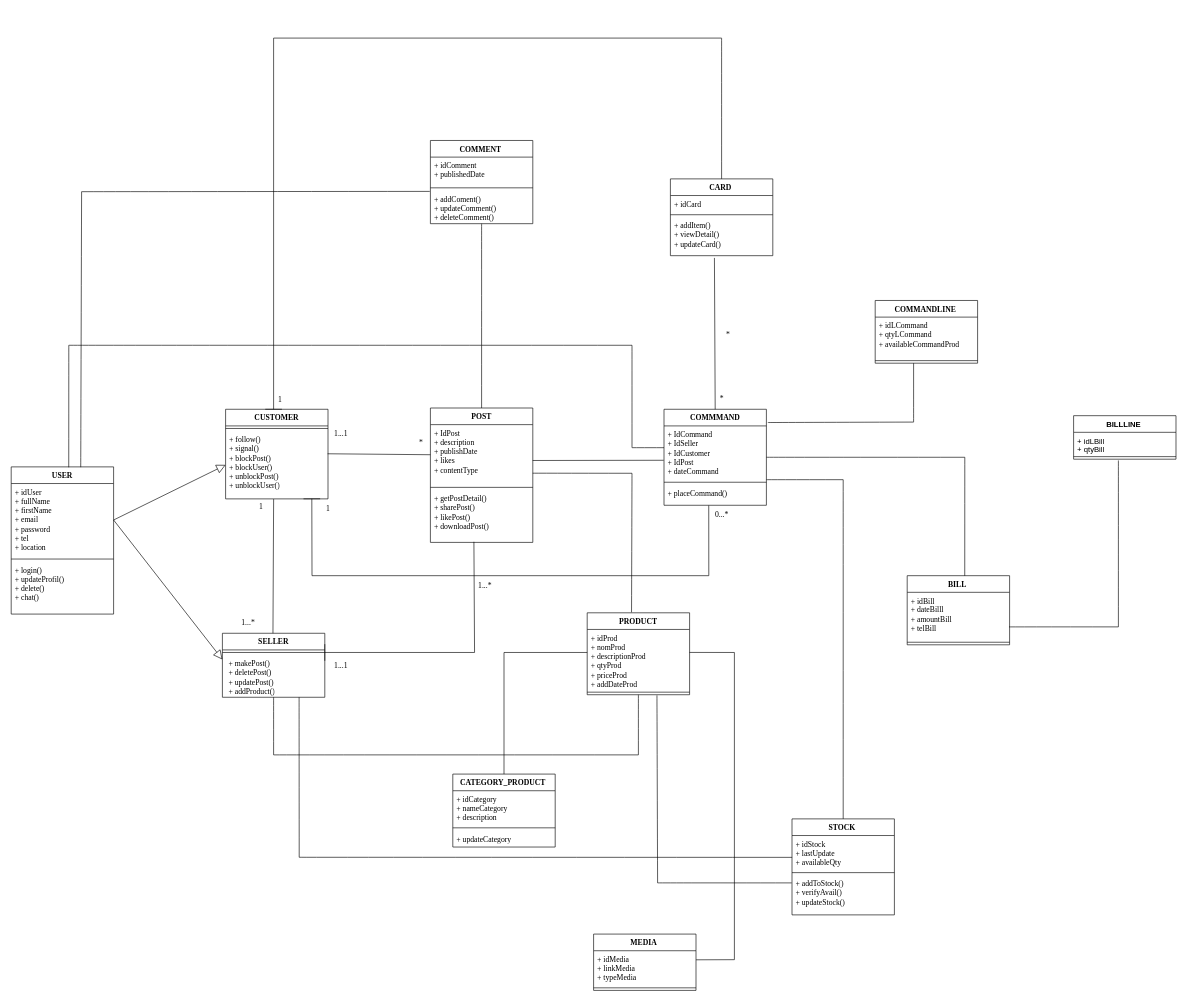
The draw.io diagram page "class" (4 of 6) of TIkShopDataBase.drawio in Bryann-coder/FlashShop, before the edit. Source tidied: cells renumbered, new cells numbered last; positions are measured from the earlier drawing's top-left corner, leaving out a move shared by most shapes. Both pictures are drawn from the tidied source at 64%, with x=0, y=0 at pixel (11, 38).
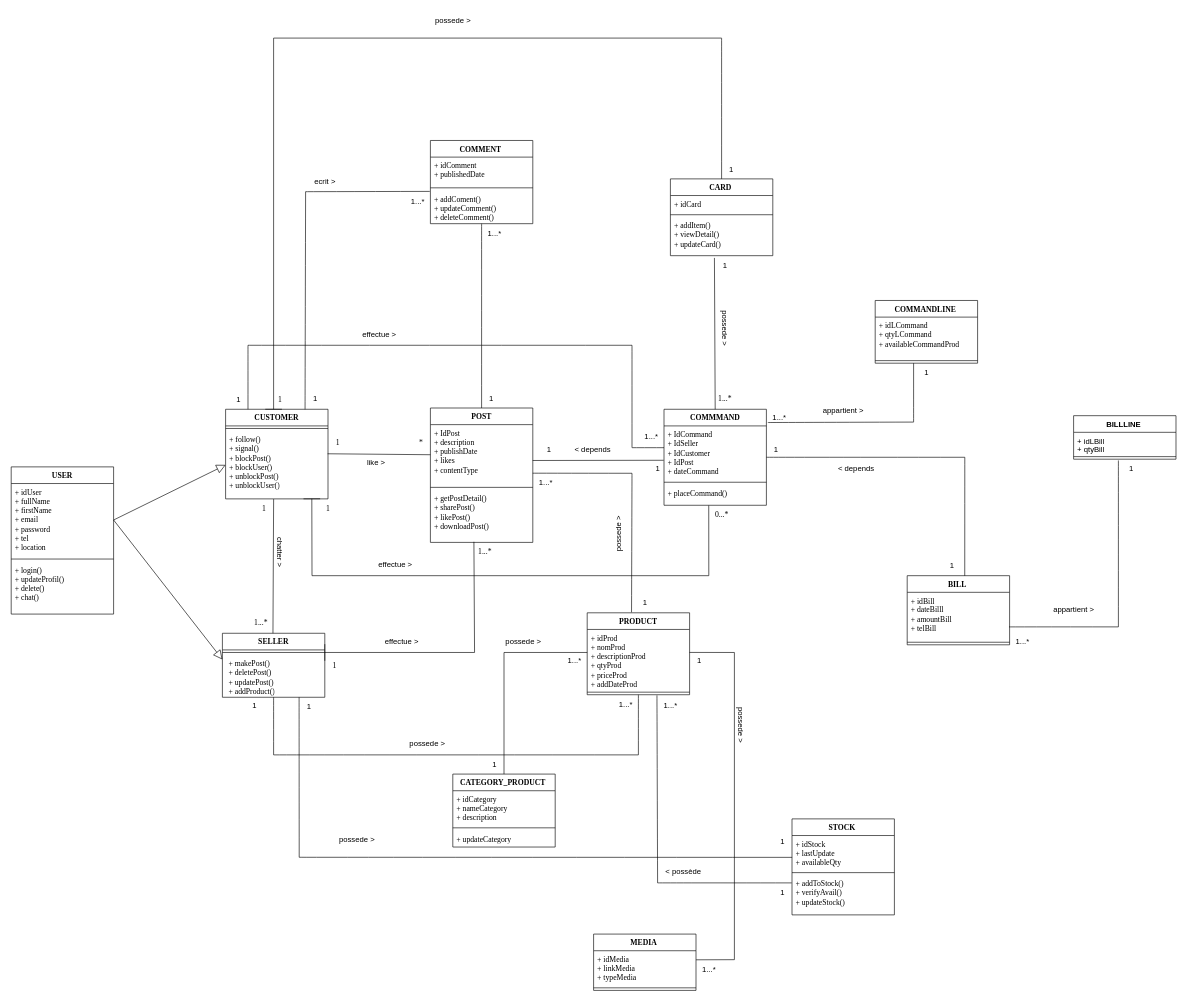
The same diagram, later.

Commit message:
Mettre à jour TIkShopDataBase.drawio

Unchanged cells that the change refers to:
```xml
<mxCell id="2" value="CUSTOMER" style="swimlane;fontStyle=1;align=center;verticalAlign=top;horizontal=1;startSize=26;whiteSpace=wrap;html=1;fontFamily=Times New Roman;" parent="1" vertex="1">
  <mxGeometry x="335" y="580" width="160" height="140" as="geometry" />
</mxCell>
<mxCell id="14" value="USER" style="swimlane;fontStyle=1;align=center;verticalAlign=top;horizontal=1;startSize=26;whiteSpace=wrap;html=1;fontFamily=Times New Roman;" parent="1" vertex="1">
  <mxGeometry y="670" width="160" height="230" as="geometry" />
</mxCell>
<mxCell id="54" value="+ addComent()&lt;div&gt;+ updateComment()&lt;/div&gt;&lt;div&gt;+ deleteComment()&lt;/div&gt;" style="text;strokeColor=none;fillColor=none;align=left;verticalAlign=top;spacingLeft=4;spacingRight=4;overflow=hidden;points=[[0,0.5],[1,0.5]];portConstraint=eastwest;whiteSpace=wrap;html=1;fontFamily=Times New Roman;" parent="51" vertex="1">
  <mxGeometry y="78" width="160" height="52" as="geometry" />
</mxCell>
<mxCell id="78" value="STOCK&amp;nbsp;" style="swimlane;fontStyle=1;align=center;verticalAlign=top;horizontal=1;startSize=26;whiteSpace=wrap;html=1;fontFamily=Times New Roman;" parent="1" vertex="1">
  <mxGeometry x="1220" y="1220" width="160" height="150" as="geometry" />
</mxCell>
```

Diff of the diagram source:
```diff
@@
-    <mxCell id="24" value="*" style="text;html=1;align=center;verticalAlign=middle;strokeColor=none;fillColor=none;fontFamily=Times New Roman;" parent="1" vertex="1">
-      <mxGeometry x="1105" y="448" width="30" height="30" as="geometry" />
-    </mxCell>
-    <mxCell id="25" value="*" style="text;html=1;align=center;verticalAlign=middle;strokeColor=none;fillColor=none;fontFamily=Times New Roman;" parent="1" vertex="1">
-      <mxGeometry x="1095" y="548" width="30" height="30" as="geometry" />
+    <mxCell id="25" value="1...*" style="text;html=1;align=center;verticalAlign=middle;strokeColor=none;fillColor=none;fontFamily=Times New Roman;" parent="1" vertex="1">
+      <mxGeometry x="1095" y="548" width="40" height="30" as="geometry" />
     </mxCell>
-    <mxCell id="26" value="1...1" style="text;html=1;align=center;verticalAlign=middle;strokeColor=none;fillColor=none;fontFamily=Times New Roman;" parent="1" vertex="1">
-      <mxGeometry x="495" y="604" width="40" height="30" as="geometry" />
+    <mxCell id="26" value="1" style="text;html=1;align=center;verticalAlign=middle;strokeColor=none;fillColor=none;fontFamily=Times New Roman;" parent="1" vertex="1">
+      <mxGeometry x="495" y="618" width="30" height="30" as="geometry" />
     </mxCell>
@@
-    <mxCell id="28" value="1...1" style="text;html=1;align=center;verticalAlign=middle;strokeColor=none;fillColor=none;fontFamily=Times New Roman;" parent="1" vertex="1">
-      <mxGeometry x="495" y="965" width="40" height="30" as="geometry" />
+    <mxCell id="28" value="1" style="text;html=1;align=center;verticalAlign=middle;strokeColor=none;fillColor=none;fontFamily=Times New Roman;" parent="1" vertex="1">
+      <mxGeometry x="490" y="965" width="30" height="30" as="geometry" />
     </mxCell>
@@
     <mxCell id="30" value="1...*" style="text;html=1;align=center;verticalAlign=middle;strokeColor=none;fillColor=none;fontFamily=Times New Roman;" parent="1" vertex="1">
-      <mxGeometry x="720" y="840" width="40" height="30" as="geometry" />
+      <mxGeometry x="720" y="788" width="40" height="30" as="geometry" />
     </mxCell>
@@
     <mxCell id="37" value="1" style="text;html=1;align=center;verticalAlign=middle;strokeColor=none;fillColor=none;fontFamily=Times New Roman;" parent="1" vertex="1">
-      <mxGeometry x="375" y="718" width="30" height="30" as="geometry" />
+      <mxGeometry x="380" y="720" width="30" height="30" as="geometry" />
     </mxCell>
     <mxCell id="38" value="1...*" style="text;html=1;align=center;verticalAlign=middle;strokeColor=none;fillColor=none;fontFamily=Times New Roman;" parent="1" vertex="1">
-      <mxGeometry x="350" y="898" width="40" height="30" as="geometry" />
+      <mxGeometry x="370" y="898" width="40" height="30" as="geometry" />
     </mxCell>
@@
     <mxCell id="47" style="endArrow=none;html=1;rounded=0;fontSize=12;startSize=8;endSize=8;curved=1;fontFamily=Times New Roman;" parent="1" edge="1">
       <mxGeometry relative="1" as="geometry">
-        <mxPoint x="90" y="480" as="sourcePoint" />
+        <mxPoint x="370" y="480" as="sourcePoint" />
         <mxPoint x="970" y="480" as="targetPoint" />
       </mxGeometry>
     </mxCell>
-    <mxCell id="48" style="endArrow=none;html=1;rounded=0;fontSize=12;startSize=8;endSize=8;curved=1;entryX=0.562;entryY=0.003;entryDx=0;entryDy=0;entryPerimeter=0;fontFamily=Times New Roman;" parent="1" edge="1" target="14">
+    <mxCell id="48" style="endArrow=none;html=1;rounded=0;fontSize=12;startSize=8;endSize=8;curved=1;fontFamily=Times New Roman;" parent="1" edge="1">
       <mxGeometry relative="1" as="geometry">
-        <mxPoint x="90" y="480" as="sourcePoint" />
+        <mxPoint x="370" y="480" as="sourcePoint" />
+        <mxPoint x="370" y="580" as="targetPoint" />
       </mxGeometry>
     </mxCell>
@@
-    <mxCell id="56" style="endArrow=none;html=1;rounded=0;fontSize=12;startSize=8;endSize=8;curved=1;exitX=0.679;exitY=0.002;exitDx=0;exitDy=0;exitPerimeter=0;fontFamily=Times New Roman;" parent="1" edge="1" source="14">
+    <mxCell id="56" style="endArrow=none;html=1;rounded=0;fontSize=12;startSize=8;endSize=8;curved=1;exitX=0.776;exitY=0.001;exitDx=0;exitDy=0;fontFamily=Times New Roman;exitPerimeter=0;" parent="1" edge="1" source="2">
       <mxGeometry relative="1" as="geometry">
-        <mxPoint x="110" y="240" as="targetPoint" />
+        <mxPoint x="460" y="240" as="targetPoint" />
       </mxGeometry>
     </mxCell>
     <mxCell id="57" style="endArrow=none;html=1;rounded=0;fontSize=12;startSize=8;endSize=8;curved=1;entryX=-0.006;entryY=0.03;entryDx=0;entryDy=0;entryPerimeter=0;fontFamily=Times New Roman;" parent="1" edge="1" target="54">
       <mxGeometry relative="1" as="geometry">
-        <mxPoint x="110" y="240" as="sourcePoint" />
+        <mxPoint x="460" y="240" as="sourcePoint" />
       </mxGeometry>
     </mxCell>
@@
-    <mxCell id="82" style="endArrow=none;html=1;rounded=0;fontSize=12;startSize=8;endSize=8;curved=1;fontFamily=Times New Roman;" parent="1" edge="1" target="78">
-      <mxGeometry relative="1" as="geometry">
-        <mxPoint x="1300" y="690" as="sourcePoint" />
-      </mxGeometry>
-    </mxCell>
-    <mxCell id="83" style="endArrow=none;html=1;rounded=0;fontSize=12;startSize=8;endSize=8;curved=1;fontFamily=Times New Roman;" parent="1" edge="1">
-      <mxGeometry relative="1" as="geometry">
-        <mxPoint x="1180" y="690" as="sourcePoint" />
-        <mxPoint x="1300" y="690" as="targetPoint" />
-      </mxGeometry>
-    </mxCell>
@@
+    <mxCell id="101" value="1...*" style="text;html=1;align=center;verticalAlign=middle;strokeColor=none;fillColor=none;" parent="1" vertex="1">
+      <mxGeometry x="1560" y="928" width="40" height="30" as="geometry" />
+    </mxCell>
+    <mxCell id="102" value="1" style="text;html=1;align=center;verticalAlign=middle;strokeColor=none;fillColor=none;" parent="1" vertex="1">
+      <mxGeometry x="1735" y="658" width="30" height="30" as="geometry" />
+    </mxCell>
+    <mxCell id="103" value="1...*" style="text;html=1;align=center;verticalAlign=middle;strokeColor=none;fillColor=none;" parent="1" vertex="1">
+      <mxGeometry x="1180" y="578" width="40" height="30" as="geometry" />
+    </mxCell>
+    <mxCell id="104" value="1" style="text;html=1;align=center;verticalAlign=middle;strokeColor=none;fillColor=none;" parent="1" vertex="1">
+      <mxGeometry x="1415" y="508" width="30" height="30" as="geometry" />
+    </mxCell>
+    <mxCell id="105" value="1" style="text;html=1;align=center;verticalAlign=middle;strokeColor=none;fillColor=none;" parent="1" vertex="1">
+      <mxGeometry x="1100" y="340" width="30" height="30" as="geometry" />
+    </mxCell>
+    <mxCell id="106" value="1" style="text;html=1;align=center;verticalAlign=middle;strokeColor=none;fillColor=none;" parent="1" vertex="1">
+      <mxGeometry x="1180" y="628" width="30" height="30" as="geometry" />
+    </mxCell>
+    <mxCell id="107" value="1" style="text;html=1;align=center;verticalAlign=middle;strokeColor=none;fillColor=none;" parent="1" vertex="1">
+      <mxGeometry x="1455" y="810" width="30" height="30" as="geometry" />
+    </mxCell>
+    <mxCell id="108" value="1...*" style="text;html=1;align=center;verticalAlign=middle;strokeColor=none;fillColor=none;" parent="1" vertex="1">
+      <mxGeometry x="1070" y="1440" width="40" height="30" as="geometry" />
+    </mxCell>
+    <mxCell id="109" value="1" style="text;html=1;align=center;verticalAlign=middle;strokeColor=none;fillColor=none;" parent="1" vertex="1">
+      <mxGeometry x="1060" y="958" width="30" height="30" as="geometry" />
+    </mxCell>
+    <mxCell id="110" value="1...*" style="text;html=1;align=center;verticalAlign=middle;strokeColor=none;fillColor=none;" parent="1" vertex="1">
+      <mxGeometry x="860" y="958" width="40" height="30" as="geometry" />
+    </mxCell>
+    <mxCell id="111" value="1" style="text;html=1;align=center;verticalAlign=middle;strokeColor=none;fillColor=none;" parent="1" vertex="1">
+      <mxGeometry x="740" y="1120" width="30" height="30" as="geometry" />
+    </mxCell>
+    <mxCell id="112" value="1" style="text;html=1;align=center;verticalAlign=middle;strokeColor=none;fillColor=none;" parent="1" vertex="1">
+      <mxGeometry x="450" y="1030" width="30" height="30" as="geometry" />
+    </mxCell>
+    <mxCell id="113" value="1...*" style="text;html=1;align=center;verticalAlign=middle;strokeColor=none;fillColor=none;" parent="1" vertex="1">
+      <mxGeometry x="940" y="1026" width="40" height="30" as="geometry" />
+    </mxCell>
+    <mxCell id="114" value="1...*" style="text;html=1;align=center;verticalAlign=middle;strokeColor=none;fillColor=none;" parent="1" vertex="1">
+      <mxGeometry x="815" y="680" width="40" height="30" as="geometry" />
+    </mxCell>
+    <mxCell id="115" value="1" style="text;html=1;align=center;verticalAlign=middle;strokeColor=none;fillColor=none;" parent="1" vertex="1">
+      <mxGeometry x="975" y="868" width="30" height="30" as="geometry" />
+    </mxCell>
+    <mxCell id="116" value="1" style="text;html=1;align=center;verticalAlign=middle;strokeColor=none;fillColor=none;" parent="1" vertex="1">
+      <mxGeometry x="460" y="548" width="30" height="30" as="geometry" />
+    </mxCell>
+    <mxCell id="117" value="1...*" style="text;html=1;align=center;verticalAlign=middle;strokeColor=none;fillColor=none;" parent="1" vertex="1">
+      <mxGeometry x="615" y="240" width="40" height="30" as="geometry" />
+    </mxCell>
+    <mxCell id="118" value="1" style="text;html=1;align=center;verticalAlign=middle;strokeColor=none;fillColor=none;" parent="1" vertex="1">
+      <mxGeometry x="340" y="550" width="30" height="30" as="geometry" />
+    </mxCell>
+    <mxCell id="119" value="1...*" style="text;html=1;align=center;verticalAlign=middle;strokeColor=none;fillColor=none;" parent="1" vertex="1">
+      <mxGeometry x="980" y="608" width="40" height="30" as="geometry" />
+    </mxCell>
+    <mxCell id="120" value="1...*" style="text;html=1;align=center;verticalAlign=middle;strokeColor=none;fillColor=none;" parent="1" vertex="1">
+      <mxGeometry x="1010" y="1028" width="40" height="30" as="geometry" />
+    </mxCell>
+    <mxCell id="121" value="1" style="text;html=1;align=center;verticalAlign=middle;strokeColor=none;fillColor=none;" parent="1" vertex="1">
+      <mxGeometry x="1190" y="1320" width="30" height="30" as="geometry" />
+    </mxCell>
+    <mxCell id="122" value="1" style="text;html=1;align=center;verticalAlign=middle;strokeColor=none;fillColor=none;" parent="1" vertex="1">
+      <mxGeometry x="1190" y="1240" width="30" height="30" as="geometry" />
+    </mxCell>
+    <mxCell id="123" value="1" style="text;html=1;align=center;verticalAlign=middle;strokeColor=none;fillColor=none;" parent="1" vertex="1">
+      <mxGeometry x="1110" y="190" width="30" height="30" as="geometry" />
+    </mxCell>
+    <mxCell id="124" value="1" style="text;html=1;align=center;verticalAlign=middle;strokeColor=none;fillColor=none;" parent="1" vertex="1">
+      <mxGeometry x="825" y="628" width="30" height="30" as="geometry" />
+    </mxCell>
+    <mxCell id="125" value="1" style="text;html=1;align=center;verticalAlign=middle;strokeColor=none;fillColor=none;" parent="1" vertex="1">
+      <mxGeometry x="995" y="658" width="30" height="30" as="geometry" />
+    </mxCell>
+    <mxCell id="126" value="1" style="text;html=1;align=center;verticalAlign=middle;strokeColor=none;fillColor=none;" parent="1" vertex="1">
+      <mxGeometry x="735" y="548" width="30" height="30" as="geometry" />
+    </mxCell>
+    <mxCell id="127" value="1...*" style="text;html=1;align=center;verticalAlign=middle;strokeColor=none;fillColor=none;" parent="1" vertex="1">
+      <mxGeometry x="735" y="290" width="40" height="30" as="geometry" />
+    </mxCell>
+    <mxCell id="128" value="effectue &amp;gt;" style="text;html=1;align=center;verticalAlign=middle;strokeColor=none;fillColor=none;" parent="1" vertex="1">
+      <mxGeometry x="535" y="448" width="80" height="30" as="geometry" />
+    </mxCell>
+    <mxCell id="129" value="ecrit &amp;gt;" style="text;html=1;align=center;verticalAlign=middle;strokeColor=none;fillColor=none;" parent="1" vertex="1">
+      <mxGeometry x="460" y="210" width="60" height="30" as="geometry" />
+    </mxCell>
+    <mxCell id="130" value="possede &amp;gt;" style="text;html=1;align=center;verticalAlign=middle;strokeColor=none;fillColor=none;" parent="1" vertex="1">
+      <mxGeometry x="650" y="-42" width="80" height="30" as="geometry" />
+    </mxCell>
+    <mxCell id="131" value="chatter &amp;gt;" style="text;html=1;align=center;verticalAlign=middle;strokeColor=none;fillColor=none;rotation=90;" parent="1" vertex="1">
+      <mxGeometry x="385" y="788" width="70" height="30" as="geometry" />
+    </mxCell>
+    <mxCell id="132" value="effectue &amp;gt;" style="text;html=1;align=center;verticalAlign=middle;strokeColor=none;fillColor=none;" parent="1" vertex="1">
+      <mxGeometry x="570" y="928" width="80" height="30" as="geometry" />
+    </mxCell>
+    <mxCell id="133" value="1" style="text;html=1;align=center;verticalAlign=middle;strokeColor=none;fillColor=none;" parent="1" vertex="1">
+      <mxGeometry x="365" y="1028" width="30" height="30" as="geometry" />
+    </mxCell>
+    <mxCell id="134" value="possede &amp;gt;" style="text;html=1;align=center;verticalAlign=middle;strokeColor=none;fillColor=none;" parent="1" vertex="1">
+      <mxGeometry x="610" y="1088" width="80" height="30" as="geometry" />
+    </mxCell>
+    <mxCell id="135" value="possede &amp;gt;" style="text;html=1;align=center;verticalAlign=middle;strokeColor=none;fillColor=none;rotation=270;" parent="1" vertex="1">
+      <mxGeometry x="910" y="760" width="80" height="30" as="geometry" />
+    </mxCell>
+    <mxCell id="136" value="possede &amp;gt;" style="text;html=1;align=center;verticalAlign=middle;strokeColor=none;fillColor=none;rotation=90;" parent="1" vertex="1">
+      <mxGeometry x="1100" y="1058" width="80" height="30" as="geometry" />
+    </mxCell>
+    <mxCell id="137" value="&amp;lt; possède" style="text;html=1;align=center;verticalAlign=middle;strokeColor=none;fillColor=none;" parent="1" vertex="1">
+      <mxGeometry x="1010" y="1288" width="80" height="30" as="geometry" />
+    </mxCell>
+    <mxCell id="138" value="possede &amp;gt;" style="text;html=1;align=center;verticalAlign=middle;strokeColor=none;fillColor=none;" parent="1" vertex="1">
+      <mxGeometry x="500" y="1238" width="80" height="30" as="geometry" />
+    </mxCell>
+    <mxCell id="139" value="like &amp;gt;" style="text;html=1;align=center;verticalAlign=middle;strokeColor=none;fillColor=none;" parent="1" vertex="1">
+      <mxGeometry x="545" y="648" width="50" height="30" as="geometry" />
+    </mxCell>
+    <mxCell id="140" value="effectue &amp;gt;" style="text;html=1;align=center;verticalAlign=middle;strokeColor=none;fillColor=none;" parent="1" vertex="1">
+      <mxGeometry x="560" y="808" width="80" height="30" as="geometry" />
+    </mxCell>
+    <mxCell id="141" value="&amp;lt; depends&amp;nbsp;" style="text;html=1;align=center;verticalAlign=middle;strokeColor=none;fillColor=none;" parent="1" vertex="1">
+      <mxGeometry x="870" y="628" width="80" height="30" as="geometry" />
+    </mxCell>
+    <mxCell id="142" value="appartient &amp;gt;" style="text;html=1;align=center;verticalAlign=middle;strokeColor=none;fillColor=none;" parent="1" vertex="1">
+      <mxGeometry x="1615" y="879" width="90" height="30" as="geometry" />
+    </mxCell>
+    <mxCell id="143" value="appartient &amp;gt;" style="text;html=1;align=center;verticalAlign=middle;strokeColor=none;fillColor=none;" parent="1" vertex="1">
+      <mxGeometry x="1255" y="568" width="90" height="30" as="geometry" />
+    </mxCell>
+    <mxCell id="144" value="&amp;lt; depends" style="text;html=1;align=center;verticalAlign=middle;strokeColor=none;fillColor=none;" parent="1" vertex="1">
+      <mxGeometry x="1280" y="658" width="80" height="30" as="geometry" />
+    </mxCell>
+    <mxCell id="145" value="possede &amp;gt;" style="text;html=1;align=center;verticalAlign=middle;strokeColor=none;fillColor=none;" parent="1" vertex="1">
+      <mxGeometry x="760" y="928" width="80" height="30" as="geometry" />
+    </mxCell>
+    <mxCell id="146" value="possede &amp;gt;" style="text;html=1;align=center;verticalAlign=middle;strokeColor=none;fillColor=none;rotation=90;" parent="1" vertex="1">
+      <mxGeometry x="1075" y="438" width="80" height="30" as="geometry" />
+    </mxCell>
```
